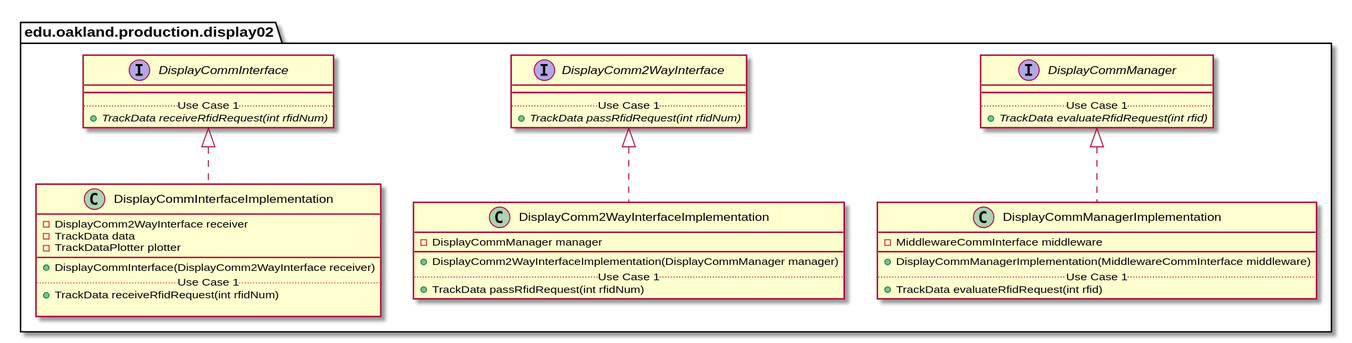
Before: docs/uml-class-diagrams/display02/production/Display02ProductionPackage_DirectDependencies.svg, a diagram exported from PlantUML (andrewdimmer/csi-3370-software-project).
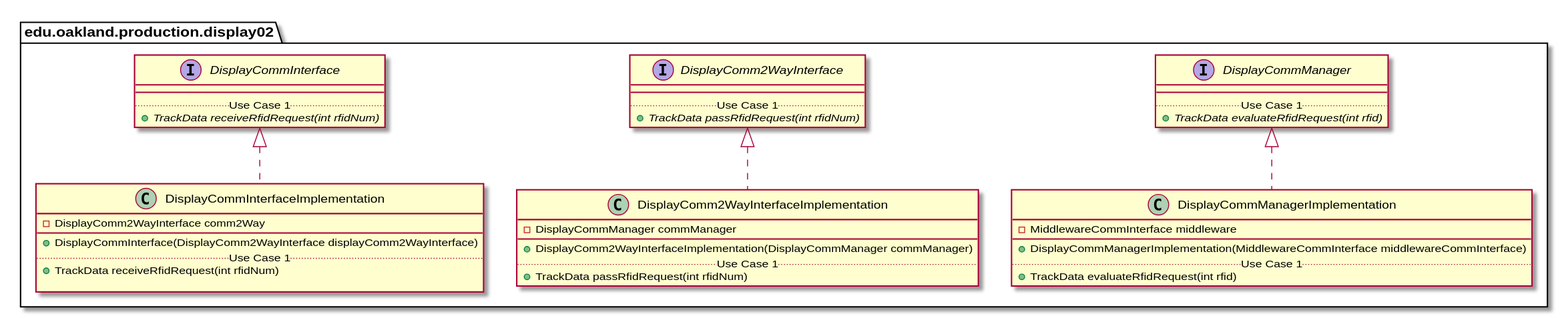
Later version of the same file.

Change to the diagram source:
```diff
@@ -39,11 +39,9 @@
 
 package edu.oakland.production.display02 {
     class DisplayCommInterfaceImplementation {
-        - DisplayComm2WayInterface receiver
-        - TrackData data
-        - TrackDataPlotter plotter
+        - DisplayComm2WayInterface comm2Way
         __
-        + DisplayCommInterface(DisplayComm2WayInterface receiver)
+        + DisplayCommInterface(DisplayComm2WayInterface displayComm2WayInterface)
         .. Use Case 1 ..
         + TrackData receiveRfidRequest(int rfidNum)
 
@@ -55,9 +53,9 @@
 
 package edu.oakland.production.display02 {
     class DisplayComm2WayInterfaceImplementation {
-        - DisplayCommManager manager
+        - DisplayCommManager commManager
         __
-        + DisplayComm2WayInterfaceImplementation(DisplayCommManager manager)
+        + DisplayComm2WayInterfaceImplementation(DisplayCommManager commManager)
         .. Use Case 1 ..
         + TrackData passRfidRequest(int rfidNum)
     }
@@ -70,7 +68,7 @@
     class DisplayCommManagerImplementation {
         - MiddlewareCommInterface middleware
         __
-        + DisplayCommManagerImplementation(MiddlewareCommInterface middleware)
+        + DisplayCommManagerImplementation(MiddlewareCommInterface middlewareCommInterface)
         .. Use Case 1 ..
         + TrackData evaluateRfidRequest(int rfid)
     }
```
